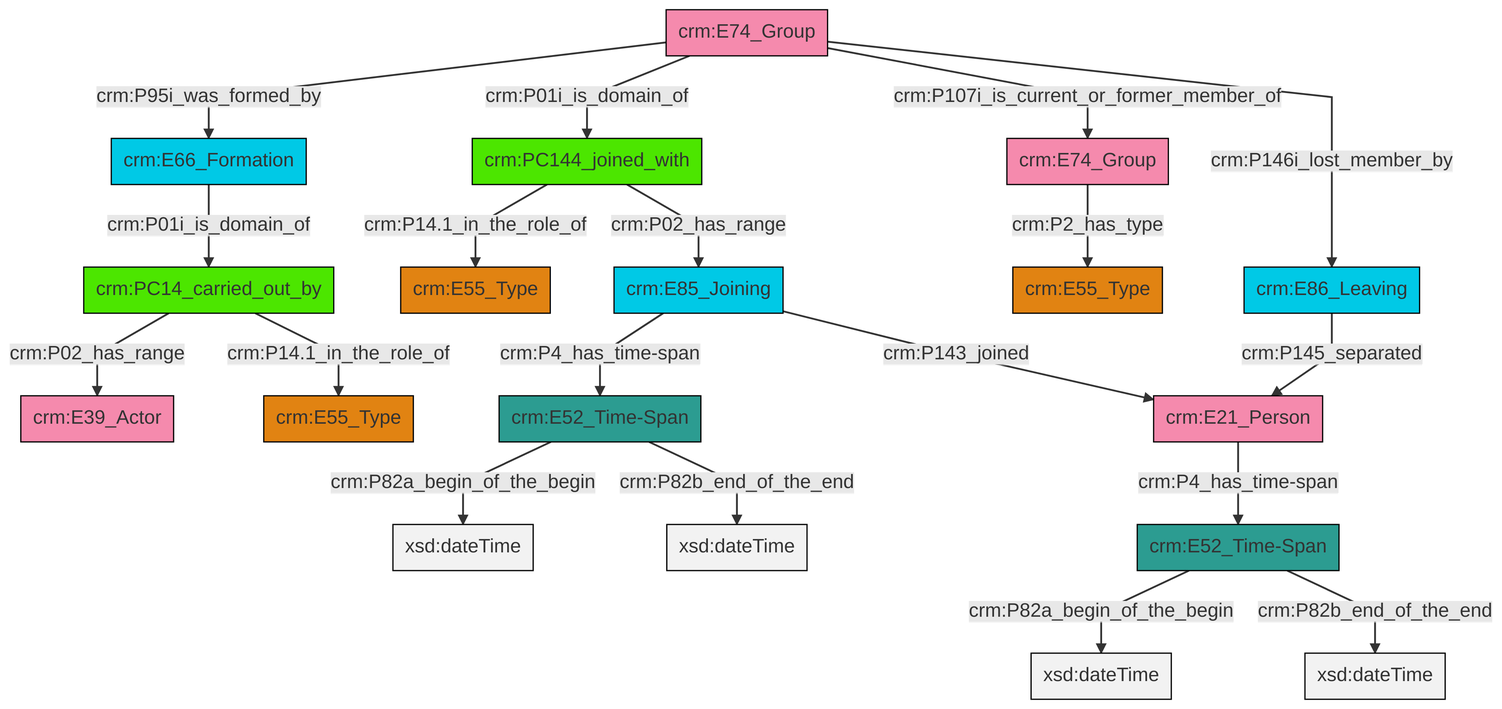
swiss-art-research-net/reference-data-models keeps this Mermaid diagram as et/groupCSV/ttl/mmd/png/group_actor_relations.png. Above is the earlier version. Its source is kept beside it as et/groupCSV/ttl/mmd/group_actor_relations.ttl.mmd.
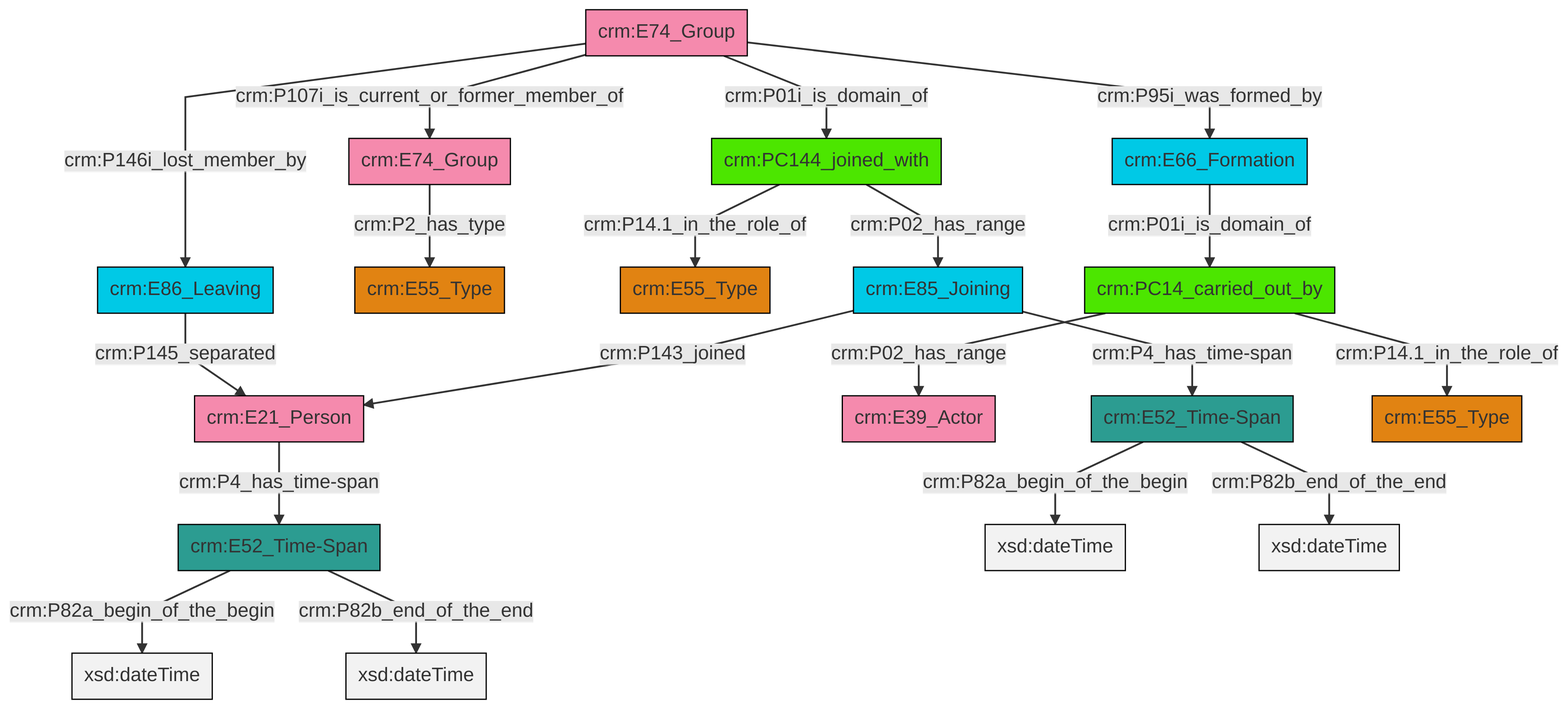
Above is the later version.

Change to the diagram source:
```diff
@@ -13,21 +13,21 @@
 classDef PC_Classes fill:#4ce600, stroke:#000000;
 classDef Multi fill:#cccccc,stroke:#000000;
 
-0["crm:E74_Group"]:::Actor -->|crm:P95i_was_formed_by| 1["crm:E66_Formation"]:::Temporal_Entity
-0["crm:E74_Group"]:::Actor -->|crm:P01i_is_domain_of| 6["crm:PC144_joined_with"]:::PC_Classes
-7["crm:E52_Time-Span"]:::Time-Span -->|crm:P82a_begin_of_the_begin| 8[xsd:dateTime]:::Literal
-9["crm:E52_Time-Span"]:::Time-Span -->|crm:P82a_begin_of_the_begin| 10[xsd:dateTime]:::Literal
-13["crm:E74_Group"]:::Actor -->|crm:P2_has_type| 14["crm:E55_Type"]:::Type
-11["crm:E86_Leaving"]:::Temporal_Entity -->|crm:P145_separated| 16["crm:E21_Person"]:::Actor
-16["crm:E21_Person"]:::Actor -->|crm:P4_has_time-span| 9["crm:E52_Time-Span"]:::Time-Span
-18["crm:PC14_carried_out_by"]:::PC_Classes -->|crm:P02_has_range| 19["crm:E39_Actor"]:::Actor
-1["crm:E66_Formation"]:::Temporal_Entity -->|crm:P01i_is_domain_of| 18["crm:PC14_carried_out_by"]:::PC_Classes
-2["crm:E85_Joining"]:::Temporal_Entity -->|crm:P4_has_time-span| 7["crm:E52_Time-Span"]:::Time-Span
-2["crm:E85_Joining"]:::Temporal_Entity -->|crm:P143_joined| 16["crm:E21_Person"]:::Actor
-0["crm:E74_Group"]:::Actor -->|crm:P107i_is_current_or_former_member_of| 13["crm:E74_Group"]:::Actor
-6["crm:PC144_joined_with"]:::PC_Classes -->|crm:P14.1_in_the_role_of| 4["crm:E55_Type"]:::Type
-0["crm:E74_Group"]:::Actor -->|crm:P146i_lost_member_by| 11["crm:E86_Leaving"]:::Temporal_Entity
-9["crm:E52_Time-Span"]:::Time-Span -->|crm:P82b_end_of_the_end| 26[xsd:dateTime]:::Literal
-6["crm:PC144_joined_with"]:::PC_Classes -->|crm:P02_has_range| 2["crm:E85_Joining"]:::Temporal_Entity
-7["crm:E52_Time-Span"]:::Time-Span -->|crm:P82b_end_of_the_end| 27[xsd:dateTime]:::Literal
-18["crm:PC14_carried_out_by"]:::PC_Classes -->|crm:P14.1_in_the_role_of| 24["crm:E55_Type"]:::Type
+0["crm:E85_Joining"]:::Temporal_Entity -->|crm:P143_joined| 1["crm:E21_Person"]:::Actor
+10["crm:E74_Group"]:::Actor -->|crm:P107i_is_current_or_former_member_of| 2["crm:E74_Group"]:::Actor
+11["crm:E52_Time-Span"]:::Time-Span -->|crm:P82a_begin_of_the_begin| 12[xsd:dateTime]:::Literal
+13["crm:PC144_joined_with"]:::PC_Classes -->|crm:P14.1_in_the_role_of| 14["crm:E55_Type"]:::Type
+1["crm:E21_Person"]:::Actor -->|crm:P4_has_time-span| 4["crm:E52_Time-Span"]:::Time-Span
+10["crm:E74_Group"]:::Actor -->|crm:P146i_lost_member_by| 16["crm:E86_Leaving"]:::Temporal_Entity
+17["crm:PC14_carried_out_by"]:::PC_Classes -->|crm:P02_has_range| 6["crm:E39_Actor"]:::Actor
+4["crm:E52_Time-Span"]:::Time-Span -->|crm:P82a_begin_of_the_begin| 18[xsd:dateTime]:::Literal
+10["crm:E74_Group"]:::Actor -->|crm:P95i_was_formed_by| 25["crm:E66_Formation"]:::Temporal_Entity
+13["crm:PC144_joined_with"]:::PC_Classes -->|crm:P02_has_range| 0["crm:E85_Joining"]:::Temporal_Entity
+0["crm:E85_Joining"]:::Temporal_Entity -->|crm:P4_has_time-span| 11["crm:E52_Time-Span"]:::Time-Span
+2["crm:E74_Group"]:::Actor -->|crm:P2_has_type| 8["crm:E55_Type"]:::Type
+4["crm:E52_Time-Span"]:::Time-Span -->|crm:P82b_end_of_the_end| 29[xsd:dateTime]:::Literal
+16["crm:E86_Leaving"]:::Temporal_Entity -->|crm:P145_separated| 1["crm:E21_Person"]:::Actor
+10["crm:E74_Group"]:::Actor -->|crm:P01i_is_domain_of| 13["crm:PC144_joined_with"]:::PC_Classes
+25["crm:E66_Formation"]:::Temporal_Entity -->|crm:P01i_is_domain_of| 17["crm:PC14_carried_out_by"]:::PC_Classes
+11["crm:E52_Time-Span"]:::Time-Span -->|crm:P82b_end_of_the_end| 33[xsd:dateTime]:::Literal
+17["crm:PC14_carried_out_by"]:::PC_Classes -->|crm:P14.1_in_the_role_of| 27["crm:E55_Type"]:::Type
```
